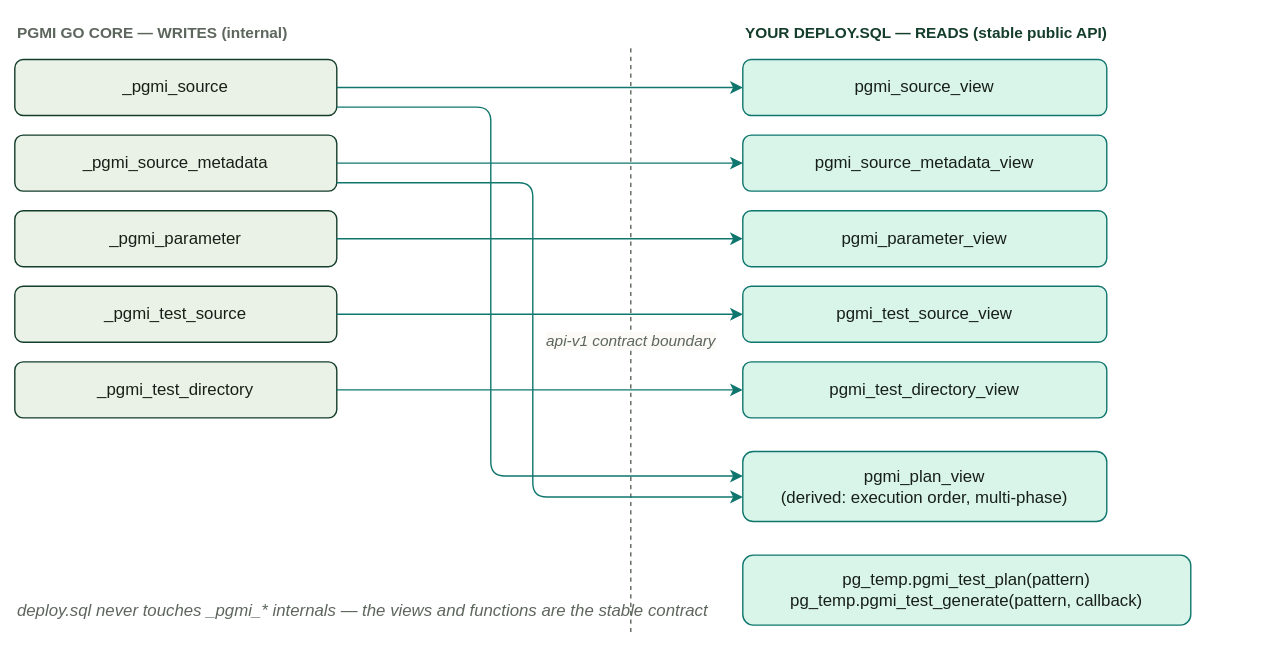
Above: docs/diagrams/d03-session-api-surface.drawio.svg in vvka-141/pgmi (draw.io), before the change. Source tidied: cells renumbered, new cells last; positions are measured from the earlier drawing's top-left corner, leaving out a move shared by most shapes. The source it was exported from:
```xml
<mxGraphModel background="#fbfaf7">
  <root>
    <mxCell id="0" />
    <mxCell id="1" parent="0" />
    <mxCell id="2" value="PGMI GO CORE — WRITES (internal)" style="text;html=1;align=left;fontStyle=1;fontSize=11;fontColor=#5d665d;" parent="1" vertex="1">
      <mxGeometry width="300" height="20" as="geometry" />
    </mxCell>
    <mxCell id="3" value="YOUR DEPLOY.SQL — READS (stable public API)" style="text;html=1;align=left;fontStyle=1;fontSize=11;fontColor=#143d2b;" parent="1" vertex="1">
      <mxGeometry x="520" width="360" height="20" as="geometry" />
    </mxCell>
    <mxCell id="4" value="api-v1 contract boundary" style="html=1;endArrow=none;dashed=1;strokeColor=#5d665d;fontColor=#5d665d;fontSize=11;fontStyle=2;labelBackgroundColor=#fbfaf7;" parent="1" edge="1">
      <mxGeometry relative="1" as="geometry">
        <mxPoint x="440" y="24" as="sourcePoint" />
        <mxPoint x="440" y="442" as="targetPoint" />
      </mxGeometry>
    </mxCell>
    <mxCell id="5" value="_pgmi_source" style="rounded=1;whiteSpace=wrap;html=1;fillColor=#eaf1e7;strokeColor=#143d2b;fontColor=#172018;fontSize=12;" parent="1" vertex="1">
      <mxGeometry y="32" width="230" height="40" as="geometry" />
    </mxCell>
    <mxCell id="6" value="_pgmi_source_metadata" style="rounded=1;whiteSpace=wrap;html=1;fillColor=#eaf1e7;strokeColor=#143d2b;fontColor=#172018;fontSize=12;" parent="1" vertex="1">
      <mxGeometry y="86" width="230" height="40" as="geometry" />
    </mxCell>
    <mxCell id="7" value="_pgmi_parameter" style="rounded=1;whiteSpace=wrap;html=1;fillColor=#eaf1e7;strokeColor=#143d2b;fontColor=#172018;fontSize=12;" parent="1" vertex="1">
      <mxGeometry y="140" width="230" height="40" as="geometry" />
    </mxCell>
    <mxCell id="8" value="_pgmi_test_source" style="rounded=1;whiteSpace=wrap;html=1;fillColor=#eaf1e7;strokeColor=#143d2b;fontColor=#172018;fontSize=12;" parent="1" vertex="1">
      <mxGeometry y="194" width="230" height="40" as="geometry" />
    </mxCell>
    <mxCell id="9" value="_pgmi_test_directory" style="rounded=1;whiteSpace=wrap;html=1;fillColor=#eaf1e7;strokeColor=#143d2b;fontColor=#172018;fontSize=12;" parent="1" vertex="1">
      <mxGeometry y="248" width="230" height="40" as="geometry" />
    </mxCell>
    <mxCell id="10" value="pgmi_source_view" style="rounded=1;whiteSpace=wrap;html=1;fillColor=#d9f4e8;strokeColor=#0f766e;fontColor=#172018;fontSize=12;" parent="1" vertex="1">
      <mxGeometry x="520" y="32" width="260" height="40" as="geometry" />
    </mxCell>
    <mxCell id="11" value="pgmi_source_metadata_view" style="rounded=1;whiteSpace=wrap;html=1;fillColor=#d9f4e8;strokeColor=#0f766e;fontColor=#172018;fontSize=12;" parent="1" vertex="1">
      <mxGeometry x="520" y="86" width="260" height="40" as="geometry" />
    </mxCell>
    <mxCell id="12" value="pgmi_parameter_view" style="rounded=1;whiteSpace=wrap;html=1;fillColor=#d9f4e8;strokeColor=#0f766e;fontColor=#172018;fontSize=12;" parent="1" vertex="1">
      <mxGeometry x="520" y="140" width="260" height="40" as="geometry" />
    </mxCell>
    <mxCell id="13" value="pgmi_test_source_view" style="rounded=1;whiteSpace=wrap;html=1;fillColor=#d9f4e8;strokeColor=#0f766e;fontColor=#172018;fontSize=12;" parent="1" vertex="1">
      <mxGeometry x="520" y="194" width="260" height="40" as="geometry" />
    </mxCell>
    <mxCell id="14" value="pgmi_test_directory_view" style="rounded=1;whiteSpace=wrap;html=1;fillColor=#d9f4e8;strokeColor=#0f766e;fontColor=#172018;fontSize=12;" parent="1" vertex="1">
      <mxGeometry x="520" y="248" width="260" height="40" as="geometry" />
    </mxCell>
    <mxCell id="15" value="pgmi_plan_view&#10;(derived: execution order, multi-phase)" style="rounded=1;whiteSpace=wrap;html=1;fillColor=#d9f4e8;strokeColor=#0f766e;fontColor=#172018;fontSize=12;" parent="1" vertex="1">
      <mxGeometry x="520" y="312" width="260" height="50" as="geometry" />
    </mxCell>
    <mxCell id="16" value="pg_temp.pgmi_test_plan(pattern)&#10;pg_temp.pgmi_test_generate(pattern, callback)" style="rounded=1;whiteSpace=wrap;html=1;fillColor=#d9f4e8;strokeColor=#0f766e;fontColor=#172018;fontSize=12;" parent="1" vertex="1">
      <mxGeometry x="520" y="386" width="320" height="50" as="geometry" />
    </mxCell>
    <mxCell id="17" style="html=1;endArrow=classic;strokeColor=#0f766e;exitX=1;exitY=0.5;entryX=0;entryY=0.5;" parent="1" edge="1" source="5" target="10">
      <mxGeometry relative="1" as="geometry" />
    </mxCell>
    <mxCell id="18" style="html=1;endArrow=classic;strokeColor=#0f766e;exitX=1;exitY=0.5;entryX=0;entryY=0.5;" parent="1" edge="1" source="6" target="11">
      <mxGeometry relative="1" as="geometry" />
    </mxCell>
    <mxCell id="19" style="html=1;endArrow=classic;strokeColor=#0f766e;exitX=1;exitY=0.5;entryX=0;entryY=0.5;" parent="1" edge="1" source="7" target="12">
      <mxGeometry relative="1" as="geometry" />
    </mxCell>
    <mxCell id="20" style="html=1;endArrow=classic;strokeColor=#0f766e;exitX=1;exitY=0.5;entryX=0;entryY=0.5;" parent="1" edge="1" source="8" target="13">
      <mxGeometry relative="1" as="geometry" />
    </mxCell>
    <mxCell id="21" style="html=1;endArrow=classic;strokeColor=#0f766e;exitX=1;exitY=0.5;entryX=0;entryY=0.5;" parent="1" edge="1" source="9" target="14">
      <mxGeometry relative="1" as="geometry" />
    </mxCell>
    <mxCell id="22" style="html=1;endArrow=classic;strokeColor=#0f766e;edgeStyle=orthogonalEdgeStyle;rounded=1;exitX=1;exitY=0.85;entryX=0;entryY=0.35;" parent="1" edge="1" source="5" target="15">
      <mxGeometry relative="1" as="geometry">
        <Array as="points">
          <mxPoint x="340" y="66" />
          <mxPoint x="340" y="330" />
        </Array>
      </mxGeometry>
    </mxCell>
    <mxCell id="23" style="html=1;endArrow=classic;strokeColor=#0f766e;edgeStyle=orthogonalEdgeStyle;rounded=1;exitX=1;exitY=0.85;entryX=0;entryY=0.65;" parent="1" edge="1" source="6" target="15">
      <mxGeometry relative="1" as="geometry">
        <Array as="points">
          <mxPoint x="370" y="120" />
          <mxPoint x="370" y="345" />
        </Array>
      </mxGeometry>
    </mxCell>
    <mxCell id="24" value="deploy.sql never touches _pgmi_* internals — the views and functions are the stable contract" style="text;html=1;align=left;fontStyle=2;fontSize=12;fontColor=#5d665d;" parent="1" vertex="1">
      <mxGeometry y="412" width="420" height="20" as="geometry" />
    </mxCell>
  </root>
</mxGraphModel>
```
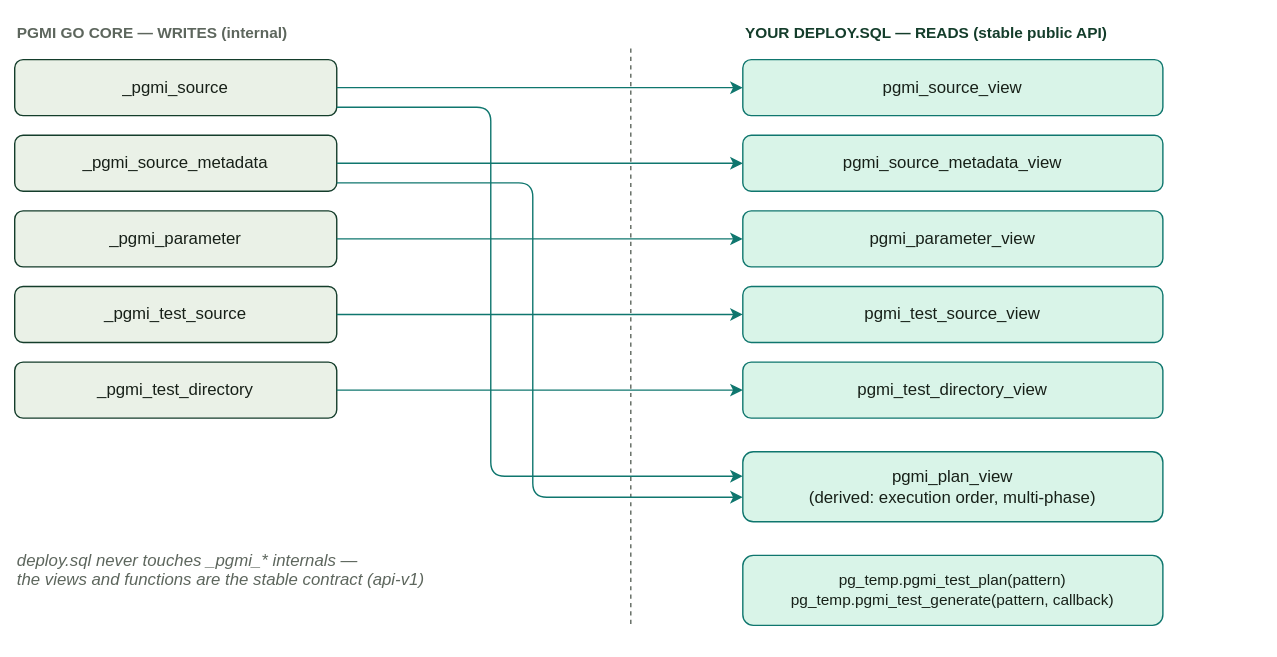
The same diagram one commit later.

Commit message:
fix(docs): rebalance Tier 1 diagrams after visual review (PGMI-157)

Change to the diagram source:
```diff
@@ -8,10 +8,10 @@
     <mxCell id="3" value="YOUR DEPLOY.SQL — READS (stable public API)" style="text;html=1;align=left;fontStyle=1;fontSize=11;fontColor=#143d2b;" parent="1" vertex="1">
       <mxGeometry x="520" width="360" height="20" as="geometry" />
     </mxCell>
-    <mxCell id="4" value="api-v1 contract boundary" style="html=1;endArrow=none;dashed=1;strokeColor=#5d665d;fontColor=#5d665d;fontSize=11;fontStyle=2;labelBackgroundColor=#fbfaf7;" parent="1" edge="1">
+    <mxCell id="4" style="html=1;endArrow=none;dashed=1;strokeColor=#5d665d;" parent="1" edge="1">
       <mxGeometry relative="1" as="geometry">
         <mxPoint x="440" y="24" as="sourcePoint" />
-        <mxPoint x="440" y="442" as="targetPoint" />
+        <mxPoint x="440" y="436" as="targetPoint" />
       </mxGeometry>
     </mxCell>
     <mxCell id="5" value="_pgmi_source" style="rounded=1;whiteSpace=wrap;html=1;fillColor=#eaf1e7;strokeColor=#143d2b;fontColor=#172018;fontSize=12;" parent="1" vertex="1">
@@ -30,25 +30,25 @@
       <mxGeometry y="248" width="230" height="40" as="geometry" />
     </mxCell>
     <mxCell id="10" value="pgmi_source_view" style="rounded=1;whiteSpace=wrap;html=1;fillColor=#d9f4e8;strokeColor=#0f766e;fontColor=#172018;fontSize=12;" parent="1" vertex="1">
-      <mxGeometry x="520" y="32" width="260" height="40" as="geometry" />
+      <mxGeometry x="520" y="32" width="300" height="40" as="geometry" />
     </mxCell>
     <mxCell id="11" value="pgmi_source_metadata_view" style="rounded=1;whiteSpace=wrap;html=1;fillColor=#d9f4e8;strokeColor=#0f766e;fontColor=#172018;fontSize=12;" parent="1" vertex="1">
-      <mxGeometry x="520" y="86" width="260" height="40" as="geometry" />
+      <mxGeometry x="520" y="86" width="300" height="40" as="geometry" />
     </mxCell>
     <mxCell id="12" value="pgmi_parameter_view" style="rounded=1;whiteSpace=wrap;html=1;fillColor=#d9f4e8;strokeColor=#0f766e;fontColor=#172018;fontSize=12;" parent="1" vertex="1">
-      <mxGeometry x="520" y="140" width="260" height="40" as="geometry" />
+      <mxGeometry x="520" y="140" width="300" height="40" as="geometry" />
     </mxCell>
     <mxCell id="13" value="pgmi_test_source_view" style="rounded=1;whiteSpace=wrap;html=1;fillColor=#d9f4e8;strokeColor=#0f766e;fontColor=#172018;fontSize=12;" parent="1" vertex="1">
-      <mxGeometry x="520" y="194" width="260" height="40" as="geometry" />
+      <mxGeometry x="520" y="194" width="300" height="40" as="geometry" />
     </mxCell>
     <mxCell id="14" value="pgmi_test_directory_view" style="rounded=1;whiteSpace=wrap;html=1;fillColor=#d9f4e8;strokeColor=#0f766e;fontColor=#172018;fontSize=12;" parent="1" vertex="1">
-      <mxGeometry x="520" y="248" width="260" height="40" as="geometry" />
+      <mxGeometry x="520" y="248" width="300" height="40" as="geometry" />
     </mxCell>
     <mxCell id="15" value="pgmi_plan_view&#10;(derived: execution order, multi-phase)" style="rounded=1;whiteSpace=wrap;html=1;fillColor=#d9f4e8;strokeColor=#0f766e;fontColor=#172018;fontSize=12;" parent="1" vertex="1">
-      <mxGeometry x="520" y="312" width="260" height="50" as="geometry" />
+      <mxGeometry x="520" y="312" width="300" height="50" as="geometry" />
     </mxCell>
-    <mxCell id="16" value="pg_temp.pgmi_test_plan(pattern)&#10;pg_temp.pgmi_test_generate(pattern, callback)" style="rounded=1;whiteSpace=wrap;html=1;fillColor=#d9f4e8;strokeColor=#0f766e;fontColor=#172018;fontSize=12;" parent="1" vertex="1">
-      <mxGeometry x="520" y="386" width="320" height="50" as="geometry" />
+    <mxCell id="16" value="pg_temp.pgmi_test_plan(pattern)&#10;pg_temp.pgmi_test_generate(pattern, callback)" style="rounded=1;whiteSpace=wrap;html=1;fillColor=#d9f4e8;strokeColor=#0f766e;fontColor=#172018;fontSize=11;" parent="1" vertex="1">
+      <mxGeometry x="520" y="386" width="300" height="50" as="geometry" />
     </mxCell>
     <mxCell id="17" style="html=1;endArrow=classic;strokeColor=#0f766e;exitX=1;exitY=0.5;entryX=0;entryY=0.5;" parent="1" edge="1" source="5" target="10">
       <mxGeometry relative="1" as="geometry" />
@@ -81,8 +81,8 @@
         </Array>
       </mxGeometry>
     </mxCell>
-    <mxCell id="24" value="deploy.sql never touches _pgmi_* internals — the views and functions are the stable contract" style="text;html=1;align=left;fontStyle=2;fontSize=12;fontColor=#5d665d;" parent="1" vertex="1">
-      <mxGeometry y="412" width="420" height="20" as="geometry" />
+    <mxCell id="24" value="deploy.sql never touches _pgmi_* internals —&#10;the views and functions are the stable contract (api-v1)" style="text;html=1;align=left;fontStyle=2;fontSize=12;fontColor=#5d665d;" parent="1" vertex="1">
+      <mxGeometry y="376" width="380" height="40" as="geometry" />
     </mxCell>
   </root>
 </mxGraphModel>
```
